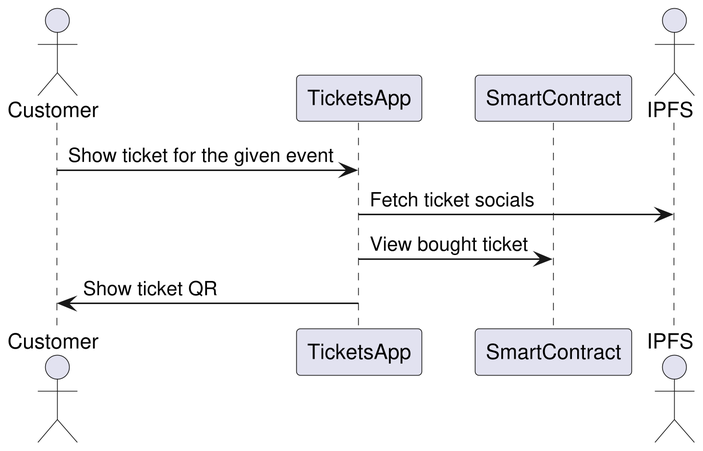
This is img/show-ticket.png from ai-shift/cyber-valley-tickets, a PlantUML export, as it was before one commit.
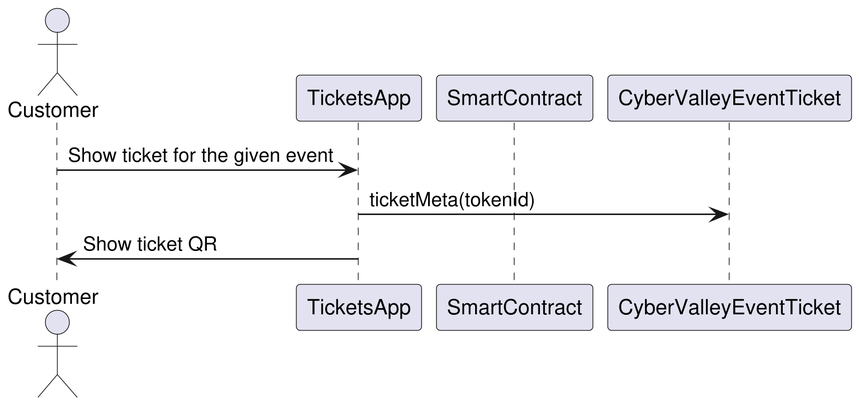
Later version of the same file.

What changed in the source:
```diff
@@ -3,10 +3,9 @@
 actor Customer
 participant TicketsApp
 participant SmartContract
-actor IPFS
+participant CyberValleyEventTicket
 
 Customer -> TicketsApp: Show ticket for the given event
-TicketsApp -> IPFS: Fetch ticket socials
-TicketsApp -> SmartContract: View bought ticket
+TicketsApp -> CyberValleyEventTicket: ticketMeta(tokenId)
 TicketsApp -> Customer: Show ticket QR
 @enduml
```
